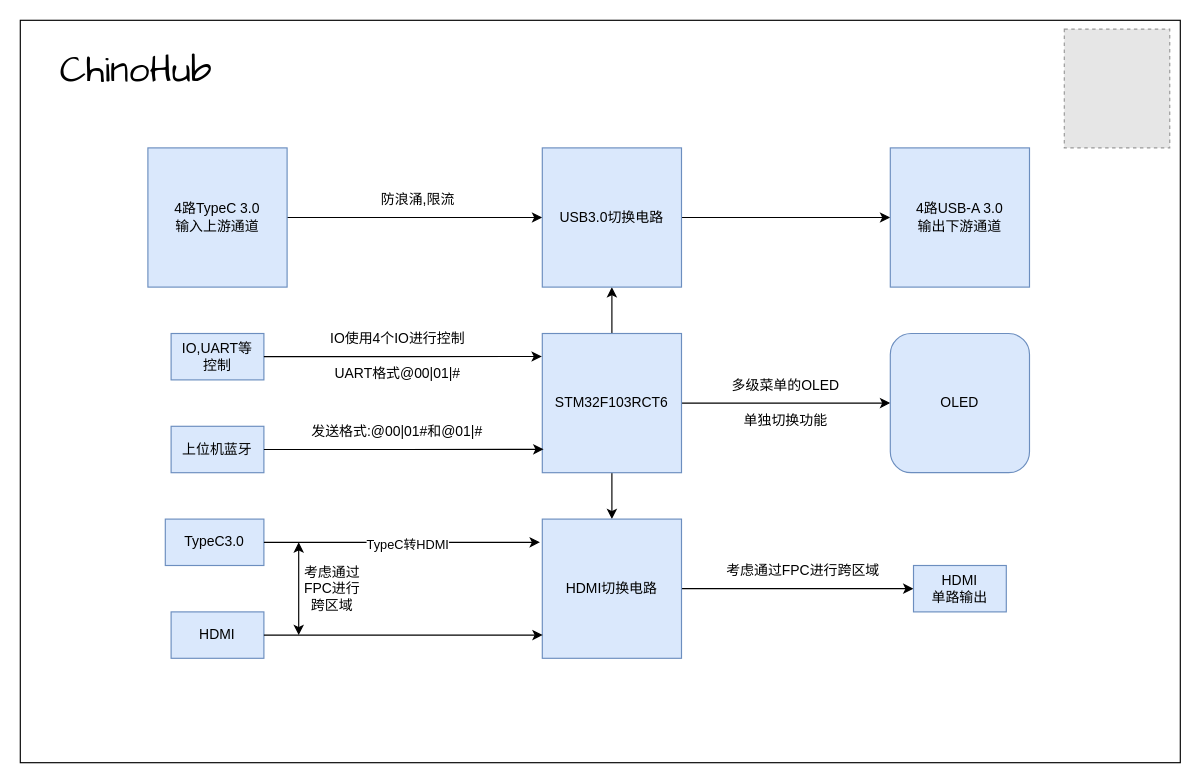
This is Bitmap/Block diagram.drawio from AlicDanclic/ChinoHub, a draw.io file, before an edit. Source tidied: cells renumbered, new cells numbered last; positions are measured from the earlier drawing's top-left corner, leaving out a move shared by most shapes. Both pictures are drawn from the tidied source at 116%, with x=0, y=0 at pixel (20, 20). Pictures stored in the file or linked from it are replaced by grey dashed boxes.
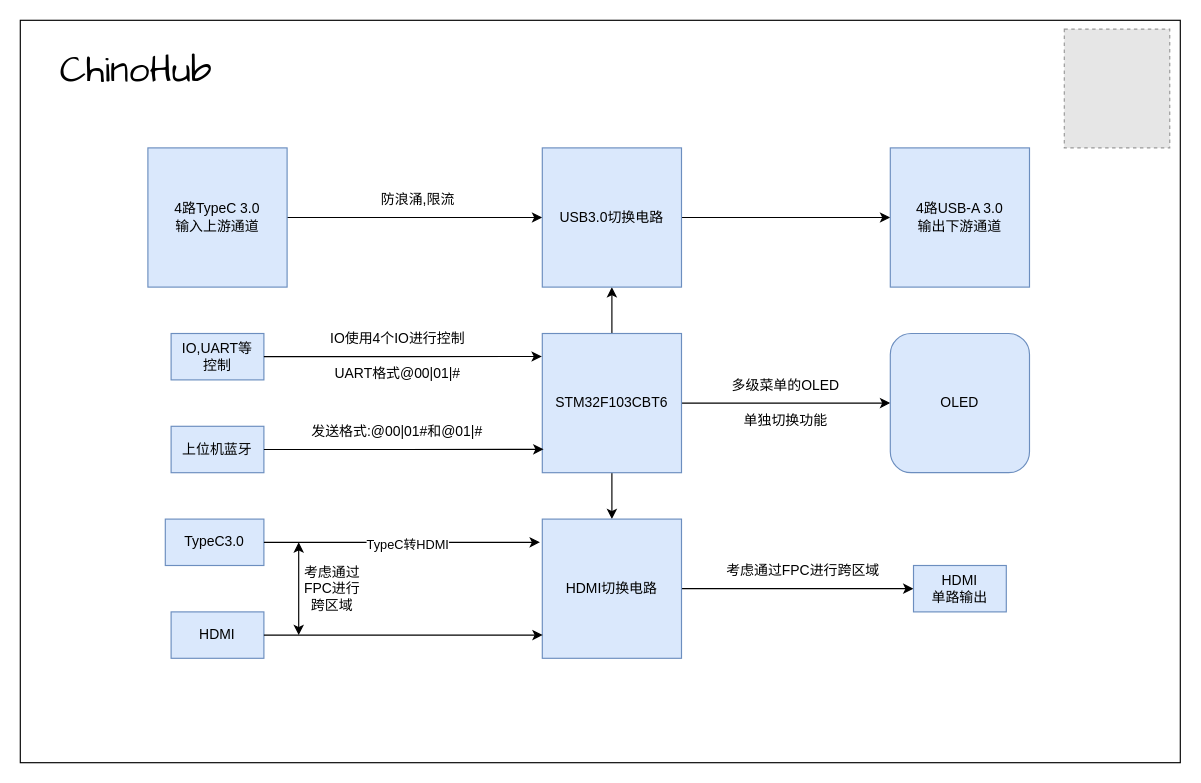
After the change.

Change to the diagram source:
```diff
@@
-    <mxCell id="8" value="STM32F103RCT6" style="rounded=0;whiteSpace=wrap;html=1;fillColor=#dae8fc;strokeColor=#6c8ebf;" parent="1" vertex="1">
+    <mxCell id="8" value="STM32F103CBT6" style="rounded=0;whiteSpace=wrap;html=1;fillColor=#dae8fc;strokeColor=#6c8ebf;" parent="1" vertex="1">
       <mxGeometry x="450" y="270" width="120" height="120" as="geometry" />
     </mxCell>
```
